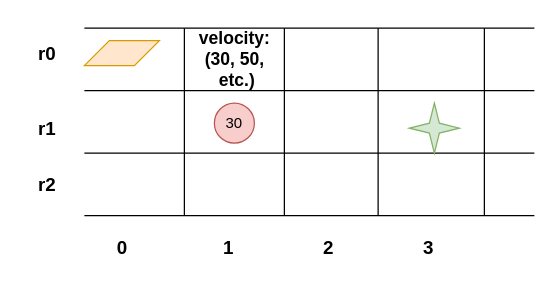
Before: 3 route.drawio in FlyingFish760/Risk_LTL_Planning, a draw.io diagram. Source tidied: cells renumbered, new cells numbered last; positions are measured from the earlier drawing's top-left corner, leaving out a move shared by most shapes. Both pictures are drawn from the tidied source at 125%, with x=0, y=0 at pixel (21, 21).
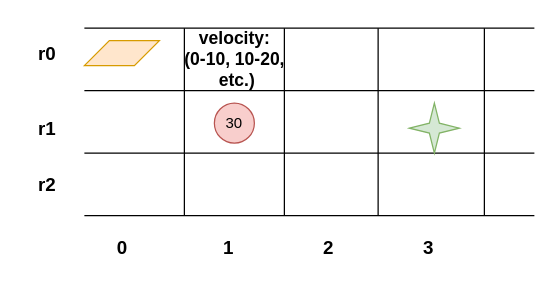
The same diagram, later.

What changed in the source:
```diff
@@
-    <mxCell id="19" value="&lt;font&gt;&lt;b&gt;velocity:&lt;/b&gt;&lt;/font&gt;&lt;div&gt;&lt;font&gt;&lt;b&gt;(30, 50,&lt;/b&gt;&lt;/font&gt;&lt;div&gt;&lt;font&gt;&lt;b&gt;&amp;nbsp;etc.)&lt;/b&gt;&lt;/font&gt;&lt;/div&gt;&lt;/div&gt;" style="text;html=1;align=center;verticalAlign=middle;strokeColor=none;fillColor=none;fontSize=14;" parent="1" vertex="1">
-      <mxGeometry x="130" width="80" height="60" as="geometry" />
+    <mxCell id="19" value="&lt;font&gt;&lt;b&gt;velocity:&lt;/b&gt;&lt;/font&gt;&lt;div&gt;&lt;font&gt;&lt;b&gt;(0-10, 10-20,&lt;/b&gt;&lt;/font&gt;&lt;div&gt;&lt;font&gt;&lt;b&gt;&amp;nbsp;etc.)&lt;/b&gt;&lt;/font&gt;&lt;/div&gt;&lt;/div&gt;" style="text;html=1;align=center;verticalAlign=middle;strokeColor=none;fillColor=none;fontSize=14;" parent="1" vertex="1">
+      <mxGeometry x="120" width="100" height="60" as="geometry" />
     </mxCell>
```
